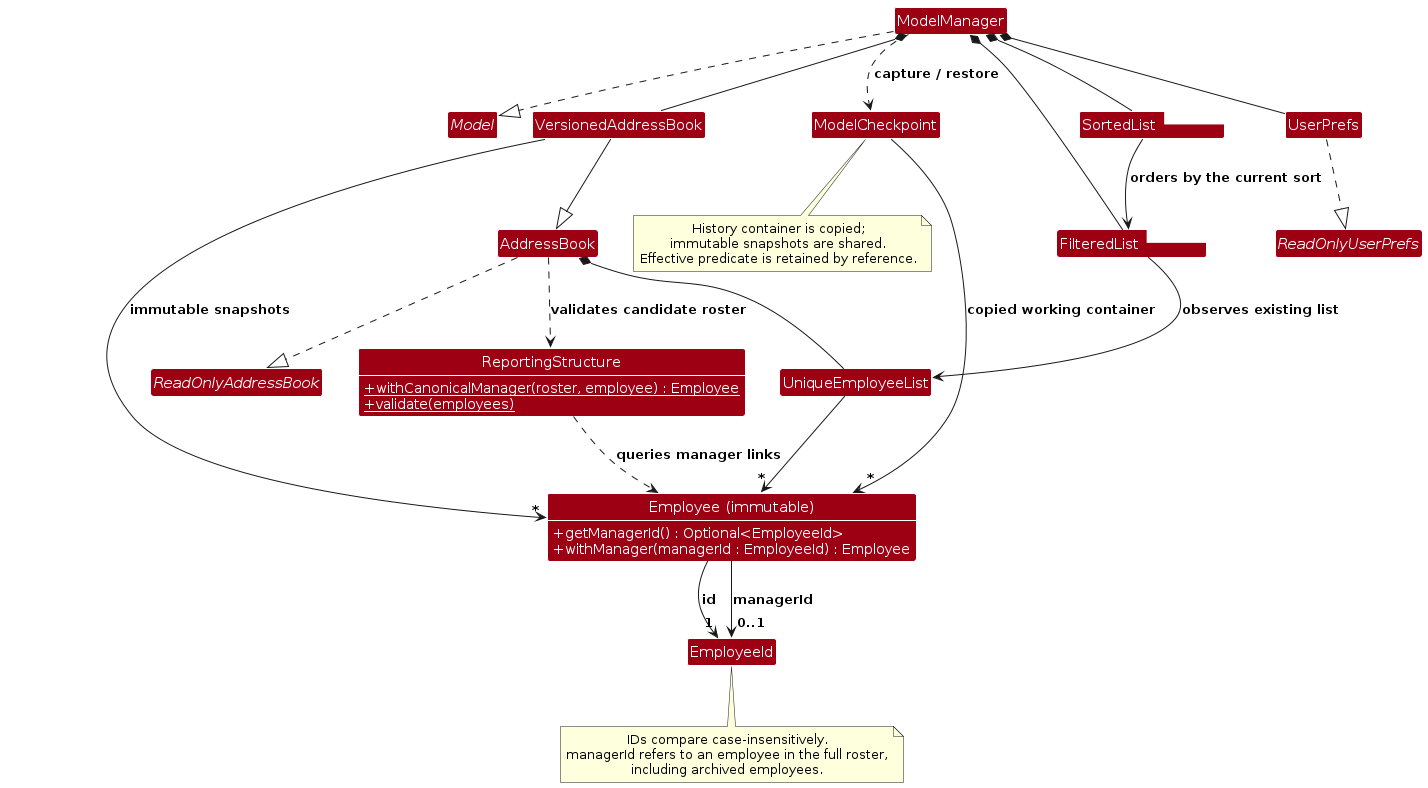
Earlier version of the PlantUML export diagrams/ModelClassDiagram.png (AY2627S1-CS2103T-W10-4/tp). Its source is kept beside it as diagrams/ModelClassDiagram.puml.
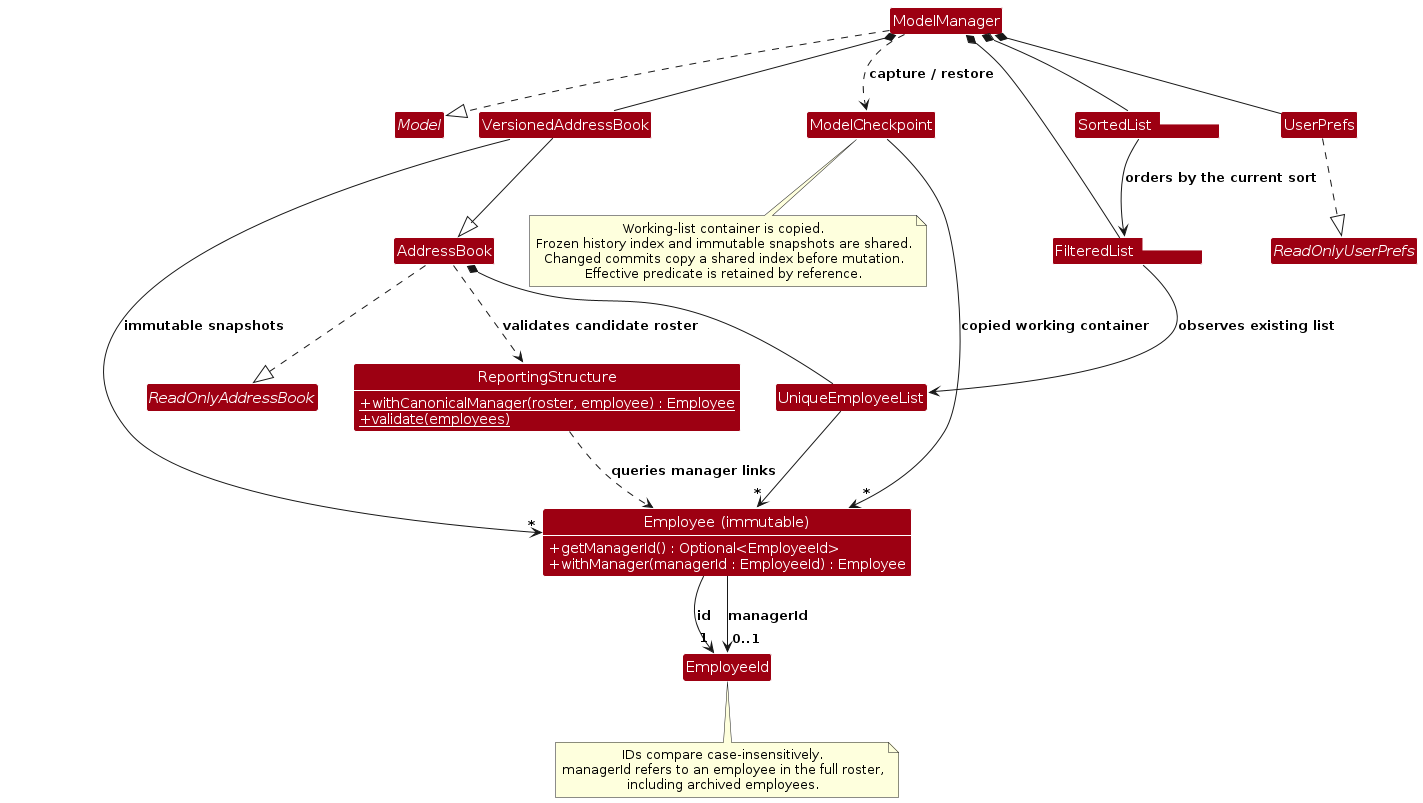
After the change.

Diff of the diagram source:
```diff
@@ -11,6 +11,8 @@
 class VersionedAddressBook {
   - addressBookStateList : List<List<Employee>>
   - currentStatePointer : int
+  - maxUndoHistory : int
+  - historyShared : boolean
   + commit()
   + canUndo()
   + canRedo()
@@ -63,8 +65,9 @@
 VersionedAddressBook --> "*" Employee : immutable snapshots
 ModelCheckpoint --> "*" Employee : copied working container
 note bottom of ModelCheckpoint
-History container is copied;
-immutable snapshots are shared.
+Working-list container is copied.
+Frozen history index and immutable snapshots are shared.
+Changed commits copy a shared index before mutation.
 Effective predicate is retained by reference.
 end note
 @enduml
```
